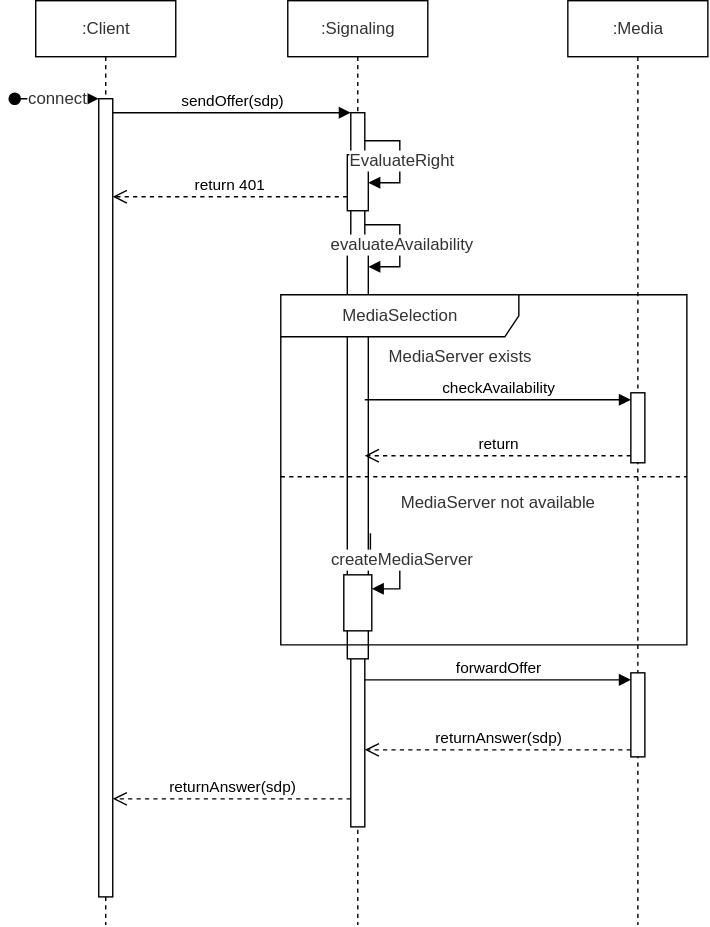
This is voice/connect.drawio.svg from DO-2K23-26/beep-arch-decisions, a draw.io export, as it was before one commit. Source tidied: cells renumbered, new cells last; positions are measured from the earlier drawing's top-left corner, leaving out a move shared by most shapes.
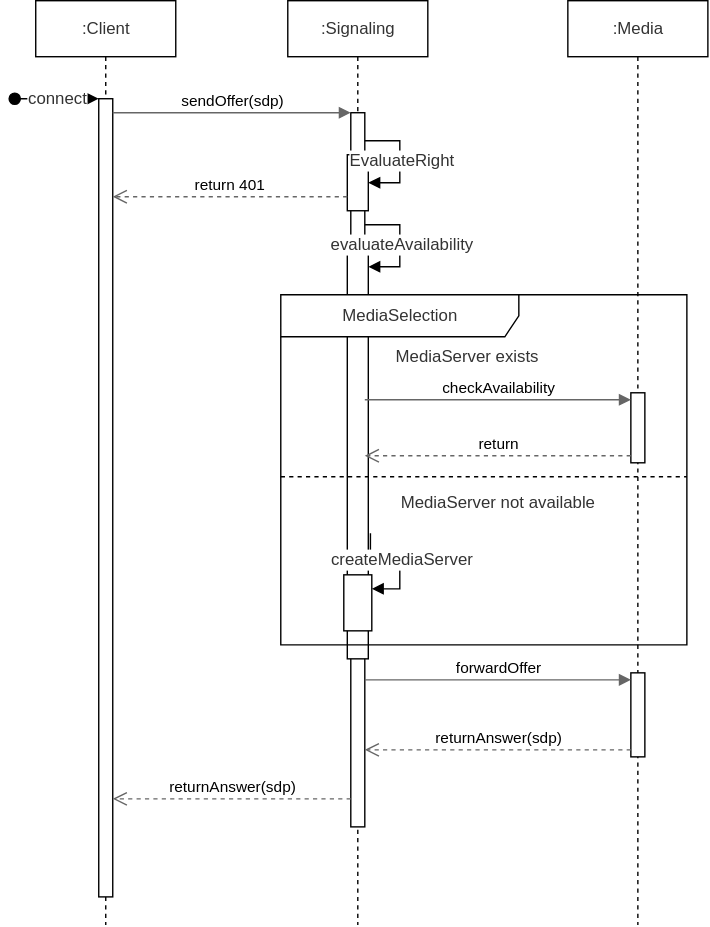
The same file after the commit.

Commit message:
feat(voice): add spec

The edit, as a diff of the source:
```diff
@@ -53,14 +53,14 @@
         </Array>
       </mxGeometry>
     </mxCell>
-    <mxCell id="13" value="sendOffer(sdp)" style="html=1;verticalAlign=bottom;endArrow=block;edgeStyle=elbowEdgeStyle;elbow=vertical;curved=0;rounded=0;fillOpacity=100;fillColor=#f5f5f5;strokeColor=#000000;" parent="1" edge="1" source="3" target="6">
+    <mxCell id="13" value="sendOffer(sdp)" style="html=1;verticalAlign=bottom;endArrow=block;edgeStyle=elbowEdgeStyle;elbow=vertical;curved=0;rounded=0;fillOpacity=100;fillColor=#f5f5f5;strokeColor=#666666;" parent="1" edge="1" source="3" target="6">
       <mxGeometry relative="1" as="geometry">
         <Array as="points">
           <mxPoint x="155" y="80" />
         </Array>
       </mxGeometry>
     </mxCell>
-    <mxCell id="14" value="returnAnswer(sdp)" style="html=1;verticalAlign=bottom;endArrow=open;dashed=1;endSize=8;edgeStyle=elbowEdgeStyle;elbow=vertical;curved=0;rounded=0;fillOpacity=100;fillColor=#f5f5f5;strokeColor=#000000;" parent="1" edge="1" source="6" target="3">
+    <mxCell id="14" value="returnAnswer(sdp)" style="html=1;verticalAlign=bottom;endArrow=open;dashed=1;endSize=8;edgeStyle=elbowEdgeStyle;elbow=vertical;curved=0;rounded=0;fillOpacity=100;fillColor=#f5f5f5;strokeColor=#666666;" parent="1" edge="1" source="6" target="3">
       <mxGeometry relative="1" as="geometry">
         <Array as="points">
           <mxPoint x="155" y="570" />
@@ -83,15 +83,15 @@
       <mxGeometry y="125" width="290" height="10" as="geometry" />
     </mxCell>
     <mxCell id="20" value="MediaServer exists" style="text;whiteSpace=wrap;html=1;fontFamily=Helvetica;fontSize=12;fontColor=#333333;" parent="18" vertex="1">
-      <mxGeometry x="75" y="30" width="170" height="40" as="geometry" />
+      <mxGeometry x="80" y="30" width="170" height="40" as="geometry" />
     </mxCell>
-    <mxCell id="21" value="checkAvailability" style="html=1;verticalAlign=bottom;endArrow=block;curved=0;rounded=0;entryX=0;entryY=0;entryDx=0;entryDy=5;fillOpacity=100;fillColor=#f5f5f5;strokeColor=#000000;" parent="1" edge="1" source="6" target="16">
+    <mxCell id="21" value="checkAvailability" style="html=1;verticalAlign=bottom;endArrow=block;curved=0;rounded=0;entryX=0;entryY=0;entryDx=0;entryDy=5;fillOpacity=100;fillColor=#f5f5f5;strokeColor=#666666;" parent="1" edge="1" source="6" target="16">
       <mxGeometry relative="1" as="geometry" />
     </mxCell>
-    <mxCell id="22" value="return" style="html=1;verticalAlign=bottom;endArrow=open;dashed=1;endSize=8;curved=0;rounded=0;exitX=0;exitY=1;exitDx=0;exitDy=-5;fillOpacity=100;fillColor=#f5f5f5;strokeColor=#000000;" parent="1" edge="1" source="16" target="6">
+    <mxCell id="22" value="return" style="html=1;verticalAlign=bottom;endArrow=open;dashed=1;endSize=8;curved=0;rounded=0;exitX=0;exitY=1;exitDx=0;exitDy=-5;fillOpacity=100;fillColor=#f5f5f5;strokeColor=#666666;" parent="1" edge="1" source="16" target="6">
       <mxGeometry relative="1" as="geometry" />
     </mxCell>
-    <mxCell id="23" value="return 401" style="html=1;verticalAlign=bottom;endArrow=open;dashed=1;endSize=8;curved=0;rounded=0;fillOpacity=100;fillColor=#f5f5f5;strokeColor=#000000;" parent="1" edge="1" source="7" target="3">
+    <mxCell id="23" value="return 401" style="html=1;verticalAlign=bottom;endArrow=open;dashed=1;endSize=8;curved=0;rounded=0;fillOpacity=100;fillColor=#f5f5f5;strokeColor=#666666;" parent="1" edge="1" source="7" target="3">
       <mxGeometry relative="1" as="geometry">
         <Array as="points">
           <mxPoint x="185" y="140" />
@@ -99,10 +99,10 @@
         </Array>
       </mxGeometry>
     </mxCell>
-    <mxCell id="24" value="returnAnswer(sdp)" style="html=1;verticalAlign=bottom;endArrow=open;dashed=1;endSize=8;curved=0;rounded=0;exitX=0;exitY=1;exitDx=0;exitDy=-5;fillOpacity=100;fillColor=#f5f5f5;strokeColor=#000000;" parent="1" edge="1" source="17" target="6">
+    <mxCell id="24" value="returnAnswer(sdp)" style="html=1;verticalAlign=bottom;endArrow=open;dashed=1;endSize=8;curved=0;rounded=0;exitX=0;exitY=1;exitDx=0;exitDy=-5;fillOpacity=100;fillColor=#f5f5f5;strokeColor=#666666;" parent="1" edge="1" source="17" target="6">
       <mxGeometry relative="1" as="geometry" />
     </mxCell>
-    <mxCell id="25" value="forwardOffer" style="html=1;verticalAlign=bottom;endArrow=block;curved=0;rounded=0;entryX=0;entryY=0;entryDx=0;entryDy=5;fillOpacity=100;fillColor=#f5f5f5;strokeColor=#000000;" parent="1" edge="1" source="6" target="17">
+    <mxCell id="25" value="forwardOffer" style="html=1;verticalAlign=bottom;endArrow=block;curved=0;rounded=0;entryX=0;entryY=0;entryDx=0;entryDy=5;fillOpacity=100;fillColor=#f5f5f5;strokeColor=#666666;" parent="1" edge="1" source="6" target="17">
       <mxGeometry relative="1" as="geometry" />
     </mxCell>
   </root>
```
